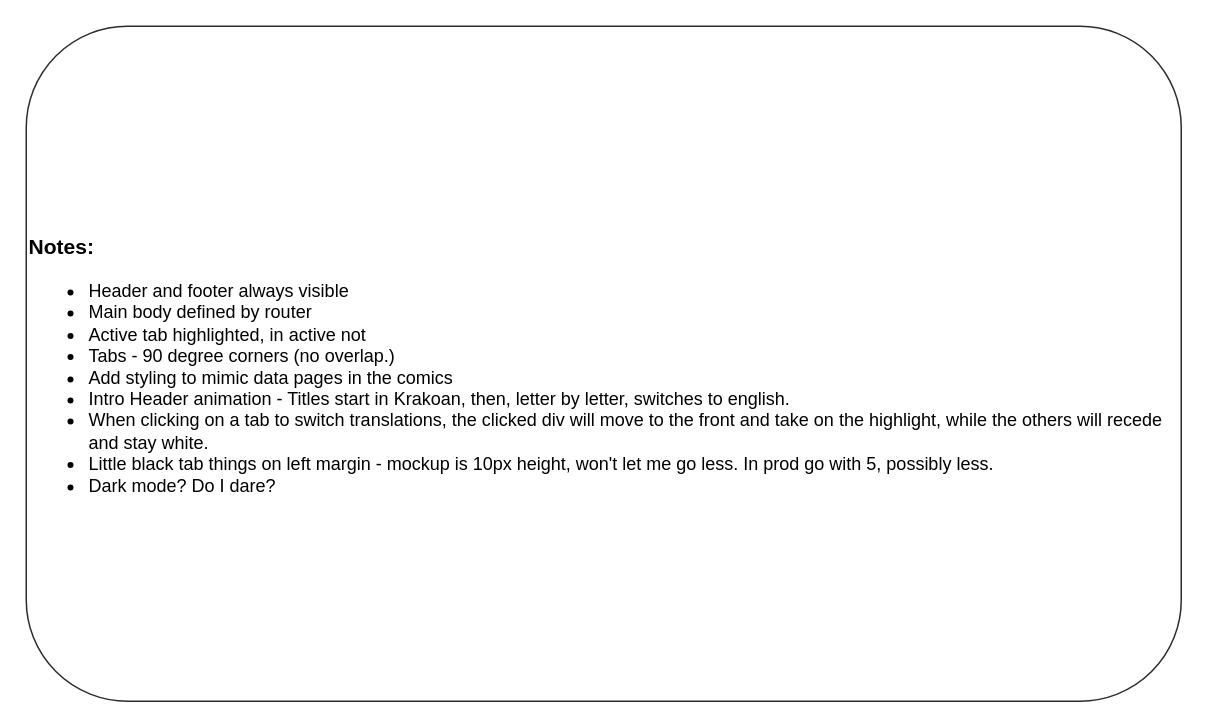
The draw.io diagram page "Notes" (4 of 5) of mockup-flowchart/mock-up-krakoan-translator.drawio in CaseyPitman/krakoan-translator, before the edit. Source tidied: cells renumbered, new cells numbered last; positions are measured from the earlier drawing's top-left corner, leaving out a move shared by most shapes. Both pictures are drawn from the tidied source at 150%, with x=0, y=0 at pixel (26, 26).
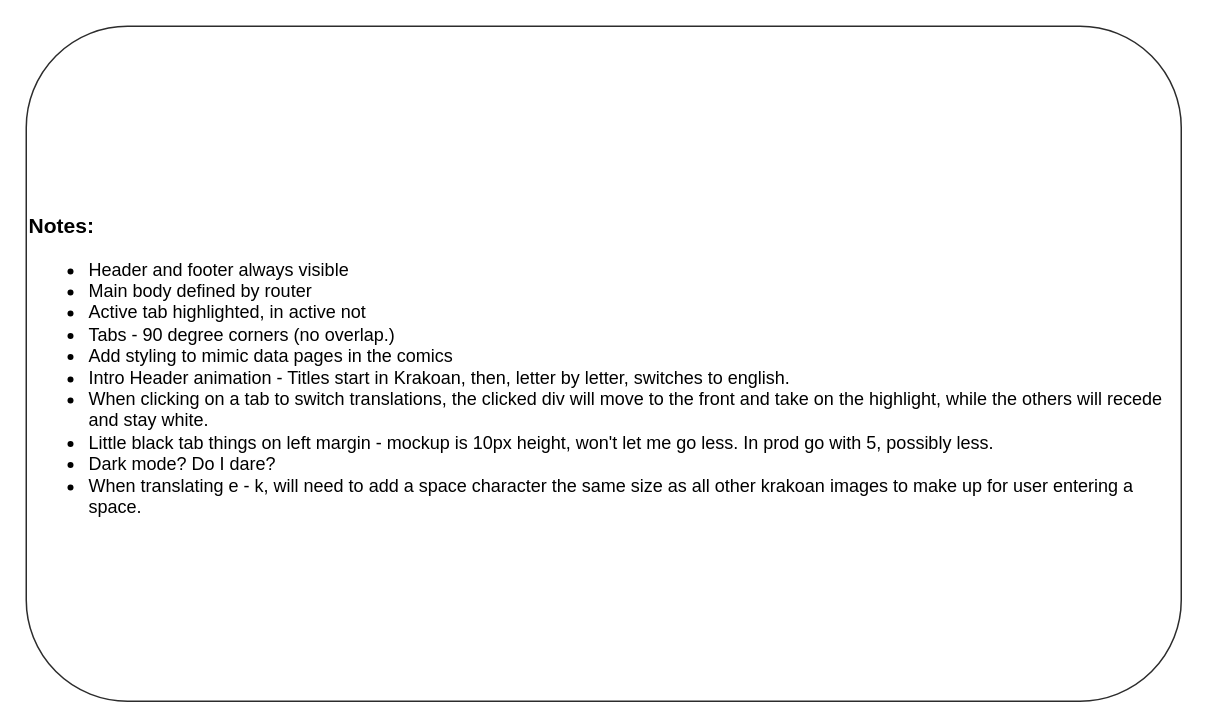
Above is the later version.

The edit, as a diff of the source:
```diff
@@
 <mxGraphModel>
   <root>
     <mxCell id="0" />
     <mxCell id="1" parent="0" />
-    <mxCell id="2" value="&lt;h3&gt;Notes:&lt;/h3&gt;&lt;div&gt;&lt;ul&gt;&lt;li&gt;Header and footer always visible&lt;/li&gt;&lt;li&gt;Main body defined by router&lt;/li&gt;&lt;li&gt;Active tab highlighted, in active not&lt;/li&gt;&lt;li&gt;Tabs - 90 degree corners (no overlap.)&lt;/li&gt;&lt;li&gt;Add styling to mimic data pages in the comics&lt;/li&gt;&lt;li&gt;Intro Header animation - Titles start in Krakoan, then, letter by letter, switches to english.&lt;/li&gt;&lt;li&gt;When clicking on a tab to switch translations, the clicked div will move to the front and take on the highlight, while the others will recede and stay white.&amp;nbsp;&lt;/li&gt;&lt;li&gt;Little black tab things on left margin - mockup is 10px height, won't let me go less. In prod go with 5, possibly less.&lt;/li&gt;&lt;li&gt;Dark mode? Do I dare?&lt;/li&gt;&lt;/ul&gt;&lt;/div&gt;" style="rounded=1;whiteSpace=wrap;html=1;strokeColor=#2C2C2C;gradientColor=none;fillColor=#FFFFFF;align=left;" parent="1" vertex="1">
+    <mxCell id="2" value="&lt;h3&gt;Notes:&lt;/h3&gt;&lt;div&gt;&lt;ul&gt;&lt;li&gt;Header and footer always visible&lt;/li&gt;&lt;li&gt;Main body defined by router&lt;/li&gt;&lt;li&gt;Active tab highlighted, in active not&lt;/li&gt;&lt;li&gt;Tabs - 90 degree corners (no overlap.)&lt;/li&gt;&lt;li&gt;Add styling to mimic data pages in the comics&lt;/li&gt;&lt;li&gt;Intro Header animation - Titles start in Krakoan, then, letter by letter, switches to english.&lt;/li&gt;&lt;li&gt;When clicking on a tab to switch translations, the clicked div will move to the front and take on the highlight, while the others will recede and stay white.&amp;nbsp;&lt;/li&gt;&lt;li&gt;Little black tab things on left margin - mockup is 10px height, won't let me go less. In prod go with 5, possibly less.&lt;/li&gt;&lt;li&gt;Dark mode? Do I dare?&lt;/li&gt;&lt;li&gt;When translating e - k, will need to add a space character the same size as all other krakoan images to make up for user entering a space.&amp;nbsp;&amp;nbsp;&lt;/li&gt;&lt;/ul&gt;&lt;/div&gt;" style="rounded=1;whiteSpace=wrap;html=1;strokeColor=#2C2C2C;gradientColor=none;fillColor=#FFFFFF;align=left;" parent="1" vertex="1">
       <mxGeometry width="770" height="450" as="geometry" />
     </mxCell>
   </root>
 </mxGraphModel>
```
